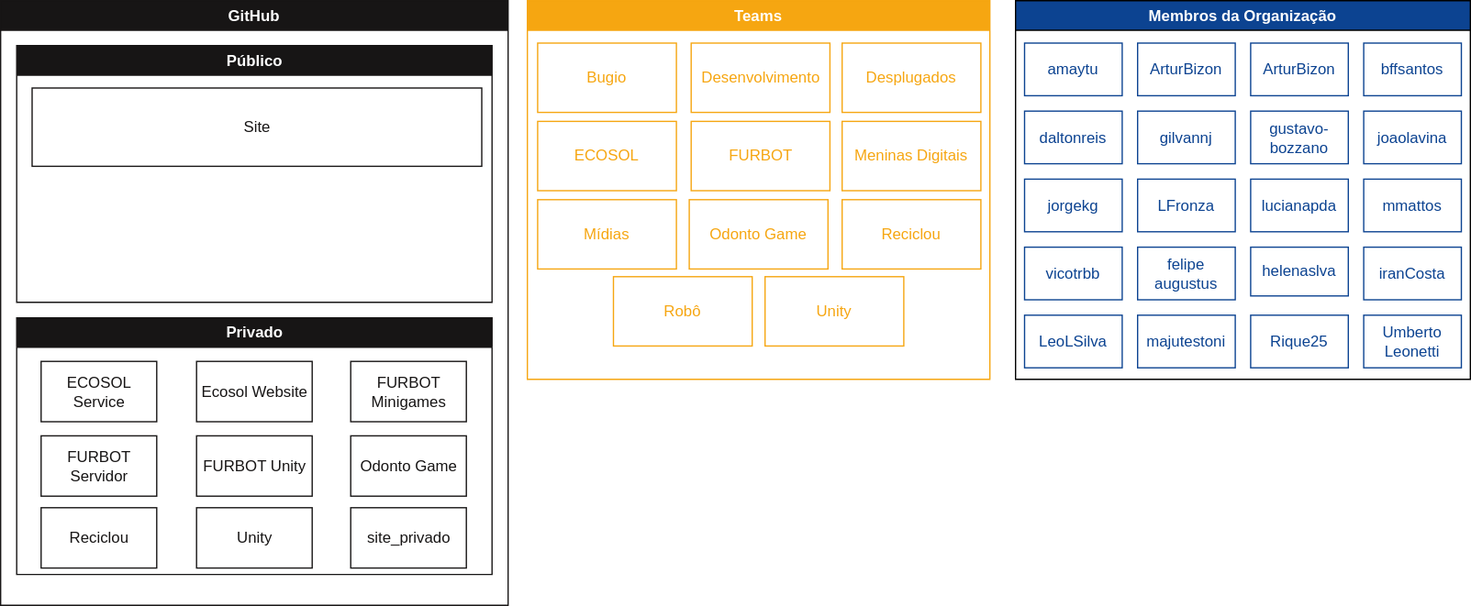
The draw.io diagram organograma.drawio.svg in LDTTFURB/site, before a commit. Source tidied: cells renumbered, new cells last; positions are measured from the earlier drawing's top-left corner, leaving out a move shared by most shapes.
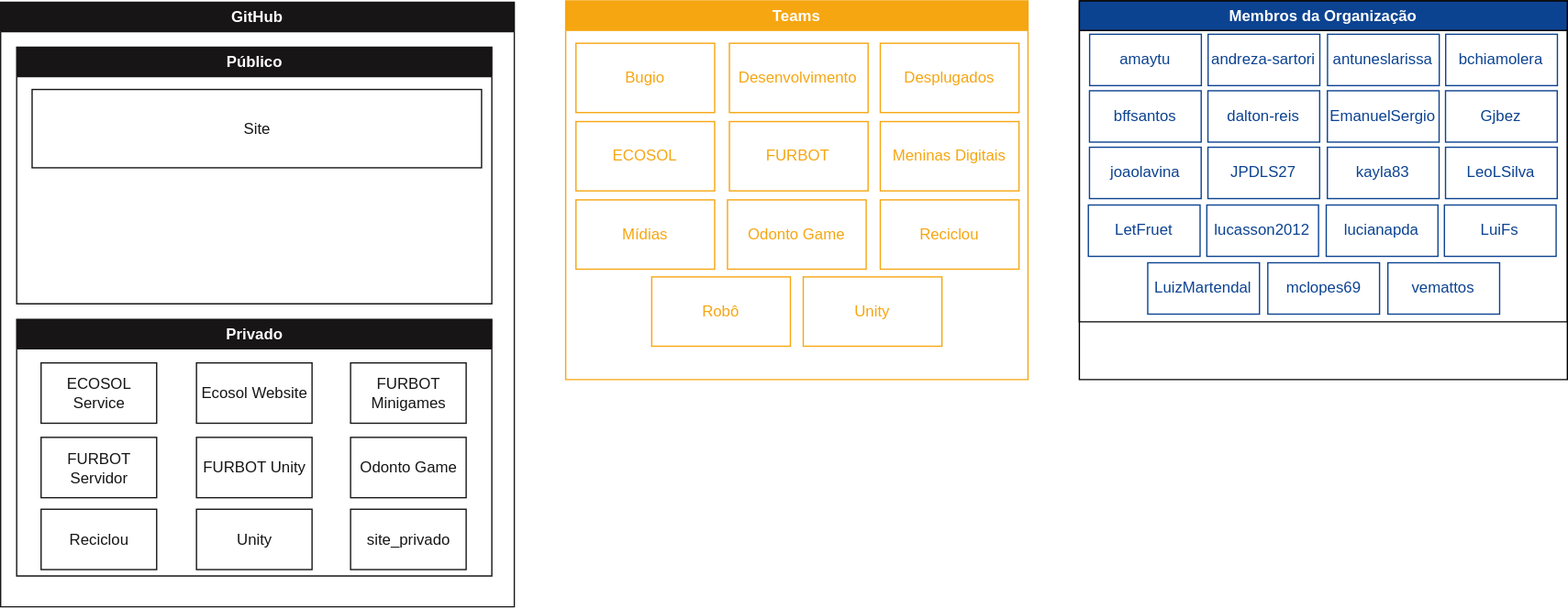
The same file after the commit.

The edit, as a diff of the source:
```diff
@@ -3,7 +3,7 @@
     <mxCell id="0" />
     <mxCell id="1" parent="0" />
     <mxCell id="2" value="&lt;font color=&quot;#ffffff&quot;&gt;GitHub&lt;/font&gt;" style="swimlane;whiteSpace=wrap;html=1;fillColor=#171515;strokeColor=#171515;" parent="1" vertex="1">
-      <mxGeometry width="395" height="471" as="geometry" />
+      <mxGeometry x="30" y="46" width="400" height="471" as="geometry" />
     </mxCell>
     <mxCell id="3" value="&lt;font color=&quot;#ffffff&quot;&gt;Público&lt;/font&gt;" style="swimlane;whiteSpace=wrap;html=1;startSize=23;strokeColor=#171515;fillColor=#171515;" parent="2" vertex="1">
       <mxGeometry x="12.5" y="35" width="370" height="200" as="geometry" />
@@ -42,70 +42,70 @@
       <mxGeometry x="260" y="148" width="90" height="47" as="geometry" />
     </mxCell>
     <mxCell id="15" value="&lt;font color=&quot;#ffffff&quot;&gt;Membros da Organização&lt;/font&gt;" style="swimlane;whiteSpace=wrap;html=1;fillColor=#0c4391;" parent="1" vertex="1">
-      <mxGeometry x="790" width="354" height="295" as="geometry" />
+      <mxGeometry x="870" y="45" width="380" height="295" as="geometry" />
     </mxCell>
     <mxCell id="16" value="&lt;font color=&quot;#0c4391&quot;&gt;amaytu&lt;/font&gt;" style="whiteSpace=wrap;html=1;strokeColor=#0c4391;fillColor=#FFFFFF;" parent="15" vertex="1">
-      <mxGeometry x="7" y="33" width="76" height="41" as="geometry" />
+      <mxGeometry x="8" y="26" width="87" height="40" as="geometry" />
     </mxCell>
-    <mxCell id="17" value="&lt;font color=&quot;#0c4391&quot;&gt;ArturBizon&lt;/font&gt;" style="whiteSpace=wrap;html=1;strokeColor=#0c4391;gradientColor=none;fillColor=#FFFFFF;" parent="15" vertex="1">
-      <mxGeometry x="95" y="33" width="76" height="41" as="geometry" />
+    <mxCell id="17" value="&lt;div&gt;&lt;font color=&quot;#0c4391&quot;&gt;andreza-sartori&lt;/font&gt;&lt;/div&gt;" style="whiteSpace=wrap;html=1;strokeColor=#0c4391;gradientColor=none;fillColor=#FFFFFF;" parent="15" vertex="1">
+      <mxGeometry x="100.2" y="26" width="87" height="40" as="geometry" />
     </mxCell>
-    <mxCell id="18" value="&lt;font color=&quot;#0c4391&quot;&gt;ArturBizon&lt;/font&gt;" style="whiteSpace=wrap;html=1;strokeColor=#0c4391;fillColor=#FFFFFF;" parent="15" vertex="1">
-      <mxGeometry x="183" y="33" width="76" height="41" as="geometry" />
+    <mxCell id="18" value="&lt;div&gt;&lt;font color=&quot;#0c4391&quot;&gt;antuneslarissa&lt;/font&gt;&lt;/div&gt;" style="whiteSpace=wrap;html=1;strokeColor=#0c4391;fillColor=#FFFFFF;" parent="15" vertex="1">
+      <mxGeometry x="193.2" y="26" width="87" height="40" as="geometry" />
     </mxCell>
-    <mxCell id="19" value="&lt;font color=&quot;#0c4391&quot;&gt;bffsantos&lt;/font&gt;" style="whiteSpace=wrap;html=1;strokeColor=#0c4391;fillColor=#FFFFFF;" parent="15" vertex="1">
-      <mxGeometry x="271" y="33" width="76" height="41" as="geometry" />
+    <mxCell id="19" value="&lt;div&gt;&lt;font color=&quot;#0c4391&quot;&gt;bchiamolera&lt;/font&gt;&lt;/div&gt;" style="whiteSpace=wrap;html=1;strokeColor=#0c4391;fillColor=#FFFFFF;" parent="15" vertex="1">
+      <mxGeometry x="285.2" y="26" width="87" height="40" as="geometry" />
     </mxCell>
+    <mxCell id="48" value="&lt;font color=&quot;#ffffff&quot;&gt;Membros da Organização&lt;/font&gt;" style="swimlane;whiteSpace=wrap;html=1;fillColor=#0c4391;" parent="15" vertex="1">
+      <mxGeometry width="380" height="250" as="geometry" />
+    </mxCell>
-    <mxCell id="20" value="&lt;font color=&quot;#0c4391&quot;&gt;daltonreis&lt;/font&gt;" style="whiteSpace=wrap;html=1;strokeColor=#0c4391;fillColor=#FFFFFF;" parent="15" vertex="1">
-      <mxGeometry x="7" y="86" width="76" height="41" as="geometry" />
+    <mxCell id="20" value="&lt;div&gt;&lt;font color=&quot;#0c4391&quot;&gt;bffsantos&lt;/font&gt;&lt;/div&gt;" style="whiteSpace=wrap;html=1;strokeColor=#0c4391;fillColor=#FFFFFF;" parent="48" vertex="1">
+      <mxGeometry x="7.9" y="70" width="87" height="40" as="geometry" />
     </mxCell>
-    <mxCell id="21" value="&lt;font color=&quot;#0c4391&quot;&gt;gilvannj&lt;/font&gt;" style="whiteSpace=wrap;html=1;strokeColor=#0c4391;fillColor=#FFFFFF;" parent="15" vertex="1">
-      <mxGeometry x="95" y="86" width="76" height="41" as="geometry" />
+    <mxCell id="21" value="&lt;div&gt;&lt;font color=&quot;#0c4391&quot;&gt;dalton-reis&lt;/font&gt;&lt;/div&gt;" style="whiteSpace=wrap;html=1;strokeColor=#0c4391;fillColor=#FFFFFF;" parent="48" vertex="1">
+      <mxGeometry x="100.1" y="70" width="87" height="40" as="geometry" />
     </mxCell>
-    <mxCell id="22" value="&lt;font color=&quot;#0c4391&quot;&gt;gustavo-bozzano&lt;/font&gt;" style="whiteSpace=wrap;html=1;strokeColor=#0c4391;fillColor=#FFFFFF;" parent="15" vertex="1">
-      <mxGeometry x="183" y="86" width="76" height="41" as="geometry" />
+    <mxCell id="22" value="&lt;div&gt;&lt;font color=&quot;#0c4391&quot;&gt;EmanuelSergio&lt;/font&gt;&lt;/div&gt;" style="whiteSpace=wrap;html=1;strokeColor=#0c4391;fillColor=#FFFFFF;" parent="48" vertex="1">
+      <mxGeometry x="193.1" y="70" width="87" height="40" as="geometry" />
     </mxCell>
-    <mxCell id="23" value="&lt;font color=&quot;#0c4391&quot;&gt;joaolavina&lt;/font&gt;" style="whiteSpace=wrap;html=1;strokeColor=#0c4391;fillColor=#FFFFFF;" parent="15" vertex="1">
-      <mxGeometry x="271" y="86" width="76" height="41" as="geometry" />
+    <mxCell id="23" value="&lt;div&gt;&lt;font color=&quot;#0c4391&quot;&gt;Gjbez&lt;/font&gt;&lt;/div&gt;" style="whiteSpace=wrap;html=1;strokeColor=#0c4391;fillColor=#FFFFFF;" parent="48" vertex="1">
+      <mxGeometry x="285.1" y="70" width="87" height="40" as="geometry" />
     </mxCell>
-    <mxCell id="24" value="&lt;font color=&quot;#0c4391&quot;&gt;jorgekg&lt;/font&gt;" style="whiteSpace=wrap;html=1;strokeColor=#0c4391;fillColor=#FFFFFF;" parent="15" vertex="1">
-      <mxGeometry x="7" y="139" width="76" height="41" as="geometry" />
+    <mxCell id="24" value="&lt;div&gt;&lt;font color=&quot;#0c4391&quot;&gt;joaolavina&lt;/font&gt;&lt;/div&gt;" style="whiteSpace=wrap;html=1;strokeColor=#0c4391;fillColor=#FFFFFF;" parent="48" vertex="1">
+      <mxGeometry x="7.9" y="114" width="87" height="40" as="geometry" />
     </mxCell>
-    <mxCell id="25" value="&lt;font color=&quot;#0c4391&quot;&gt;LFronza&lt;/font&gt;" style="whiteSpace=wrap;html=1;strokeColor=#0c4391;fillColor=#FFFFFF;" parent="15" vertex="1">
-      <mxGeometry x="95" y="139" width="76" height="41" as="geometry" />
+    <mxCell id="25" value="&lt;div&gt;&lt;font color=&quot;#0c4391&quot;&gt;JPDLS27&lt;/font&gt;&lt;/div&gt;" style="whiteSpace=wrap;html=1;strokeColor=#0c4391;fillColor=#FFFFFF;" parent="48" vertex="1">
+      <mxGeometry x="100.1" y="114" width="87" height="40" as="geometry" />
     </mxCell>
-    <mxCell id="26" value="&lt;font color=&quot;#0c4391&quot;&gt;lucianapda&lt;/font&gt;" style="whiteSpace=wrap;html=1;strokeColor=#0c4391;fillColor=#FFFFFF;" parent="15" vertex="1">
-      <mxGeometry x="183" y="139" width="76" height="41" as="geometry" />
+    <mxCell id="26" value="&lt;div&gt;&lt;font color=&quot;#0c4391&quot;&gt;kayla83&lt;/font&gt;&lt;/div&gt;" style="whiteSpace=wrap;html=1;strokeColor=#0c4391;fillColor=#FFFFFF;" parent="48" vertex="1">
+      <mxGeometry x="193.1" y="114" width="87" height="40" as="geometry" />
     </mxCell>
-    <mxCell id="27" value="&lt;font color=&quot;#0c4391&quot;&gt;mmattos&lt;/font&gt;" style="whiteSpace=wrap;html=1;strokeColor=#0c4391;fillColor=#FFFFFF;" parent="15" vertex="1">
-      <mxGeometry x="271" y="139" width="76" height="41" as="geometry" />
+    <mxCell id="27" value="&lt;div&gt;&lt;font color=&quot;#0c4391&quot;&gt;LeoLSilva&lt;/font&gt;&lt;/div&gt;" style="whiteSpace=wrap;html=1;strokeColor=#0c4391;fillColor=#FFFFFF;" parent="48" vertex="1">
+      <mxGeometry x="285.1" y="114" width="87" height="40" as="geometry" />
     </mxCell>
-    <mxCell id="28" value="&lt;font color=&quot;#0c4391&quot;&gt;vicotrbb&lt;/font&gt;" style="whiteSpace=wrap;html=1;strokeColor=#0c4391;fillColor=#FFFFFF;" parent="15" vertex="1">
-      <mxGeometry x="7" y="192" width="76" height="41" as="geometry" />
+    <mxCell id="28" value="&lt;div&gt;&lt;font color=&quot;#0c4391&quot;&gt;LetFruet&lt;/font&gt;&lt;/div&gt;" style="whiteSpace=wrap;html=1;strokeColor=#0c4391;fillColor=#FFFFFF;" parent="48" vertex="1">
+      <mxGeometry x="7" y="159" width="87" height="40" as="geometry" />
     </mxCell>
-    <mxCell id="29" value="&lt;font color=&quot;#0c4391&quot;&gt;felipe&lt;br&gt;augustus&lt;/font&gt;" style="whiteSpace=wrap;html=1;strokeColor=#0c4391;fillColor=#FFFFFF;" parent="15" vertex="1">
-      <mxGeometry x="95" y="192" width="76" height="41" as="geometry" />
+    <mxCell id="29" value="&lt;div&gt;&lt;font color=&quot;#0c4391&quot;&gt;lucasson2012&lt;/font&gt;&lt;/div&gt;" style="whiteSpace=wrap;html=1;strokeColor=#0c4391;fillColor=#FFFFFF;" parent="48" vertex="1">
+      <mxGeometry x="99.2" y="159" width="87" height="40" as="geometry" />
     </mxCell>
-    <mxCell id="30" value="&lt;font color=&quot;#0c4391&quot;&gt;helenaslva&lt;/font&gt;" style="whiteSpace=wrap;html=1;strokeColor=#0c4391;fillColor=#FFFFFF;" parent="15" vertex="1">
-      <mxGeometry x="183" y="192" width="76" height="38" as="geometry" />
+    <mxCell id="30" value="&lt;div&gt;&lt;font color=&quot;#0c4391&quot;&gt;lucianapda&lt;/font&gt;&lt;/div&gt;" style="whiteSpace=wrap;html=1;strokeColor=#0c4391;fillColor=#FFFFFF;" parent="48" vertex="1">
+      <mxGeometry x="192.2" y="159" width="87" height="40" as="geometry" />
     </mxCell>
-    <mxCell id="31" value="&lt;font color=&quot;#0c4391&quot;&gt;iranCosta&lt;/font&gt;" style="whiteSpace=wrap;html=1;strokeColor=#0c4391;fillColor=#FFFFFF;" parent="15" vertex="1">
-      <mxGeometry x="271" y="192" width="76" height="41" as="geometry" />
+    <mxCell id="31" value="&lt;div&gt;&lt;font color=&quot;#0c4391&quot;&gt;LuiFs&lt;/font&gt;&lt;/div&gt;" style="whiteSpace=wrap;html=1;strokeColor=#0c4391;fillColor=#FFFFFF;" parent="48" vertex="1">
+      <mxGeometry x="284.2" y="159" width="87" height="40" as="geometry" />
     </mxCell>
-    <mxCell id="32" value="&lt;font color=&quot;#0c4391&quot;&gt;LeoLSilva&lt;/font&gt;" style="whiteSpace=wrap;html=1;strokeColor=#0c4391;fillColor=#FFFFFF;" parent="15" vertex="1">
-      <mxGeometry x="7" y="245" width="76" height="41" as="geometry" />
-    </mxCell>
+    <mxCell id="49" value="&lt;div&gt;&lt;font color=&quot;#0c4391&quot;&gt;mclopes69&lt;/font&gt;&lt;/div&gt;" style="whiteSpace=wrap;html=1;strokeColor=#0c4391;fillColor=#FFFFFF;" parent="48" vertex="1">
+      <mxGeometry x="146.8" y="204" width="87" height="40" as="geometry" />
+    </mxCell>
-    <mxCell id="33" value="&lt;font color=&quot;#0c4391&quot;&gt;majutestoni&lt;/font&gt;" style="whiteSpace=wrap;html=1;strokeColor=#0c4391;fillColor=#FFFFFF;" parent="15" vertex="1">
-      <mxGeometry x="95" y="245" width="76" height="41" as="geometry" />
+    <mxCell id="33" value="&lt;div&gt;&lt;font color=&quot;#0c4391&quot;&gt;LuizMartendal&lt;/font&gt;&lt;/div&gt;" style="whiteSpace=wrap;html=1;strokeColor=#0c4391;fillColor=#FFFFFF;" parent="48" vertex="1">
+      <mxGeometry x="53.3" y="204" width="87" height="40" as="geometry" />
     </mxCell>
-    <mxCell id="34" value="&lt;font color=&quot;#0c4391&quot;&gt;Rique25&lt;/font&gt;" style="whiteSpace=wrap;html=1;strokeColor=#0c4391;fillColor=#FFFFFF;" parent="15" vertex="1">
-      <mxGeometry x="183" y="245" width="76" height="41" as="geometry" />
+    <mxCell id="34" value="&lt;div&gt;&lt;font color=&quot;#0c4391&quot;&gt;vemattos&lt;/font&gt;&lt;/div&gt;" style="whiteSpace=wrap;html=1;strokeColor=#0c4391;fillColor=#FFFFFF;" parent="48" vertex="1">
+      <mxGeometry x="240.2" y="204" width="87" height="40" as="geometry" />
     </mxCell>
-    <mxCell id="35" value="&lt;font color=&quot;#0c4391&quot;&gt;Umberto&lt;br&gt;Leonetti&lt;/font&gt;" style="whiteSpace=wrap;html=1;strokeColor=#0c4391;fillColor=#FFFFFF;" parent="15" vertex="1">
-      <mxGeometry x="271" y="245" width="76" height="41" as="geometry" />
-    </mxCell>
     <mxCell id="36" value="&lt;font color=&quot;#ffffff&quot;&gt;Teams&lt;/font&gt;" style="swimlane;whiteSpace=wrap;html=1;fillColor=#F6A611;startSize=23;strokeColor=#F6A611;" parent="1" vertex="1">
-      <mxGeometry x="410" width="360" height="295" as="geometry" />
+      <mxGeometry x="470" y="45" width="360" height="295" as="geometry" />
     </mxCell>
     <mxCell id="37" value="&lt;font color=&quot;#f6a611&quot;&gt;ECOSOL&lt;/font&gt;" style="rounded=0;whiteSpace=wrap;html=1;strokeColor=#F6A611;fillColor=#FFFFFF;" parent="36" vertex="1">
       <mxGeometry x="8" y="94" width="108" height="54" as="geometry" />
```
